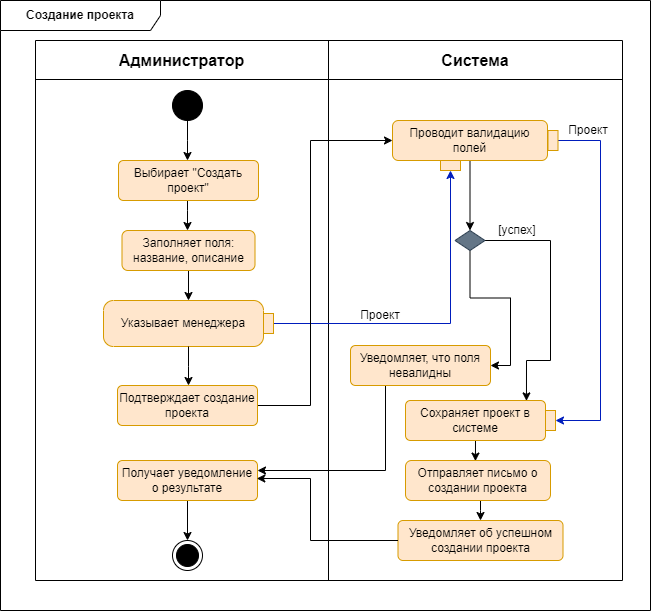
aVorotnikov/thunder_board keeps this draw.io diagram as docs/activity_diagrams/create_project.png. Above is the earlier version. Source tidied: cells renumbered, new cells last; positions are measured from the earlier drawing's top-left corner, leaving out a move shared by most shapes.
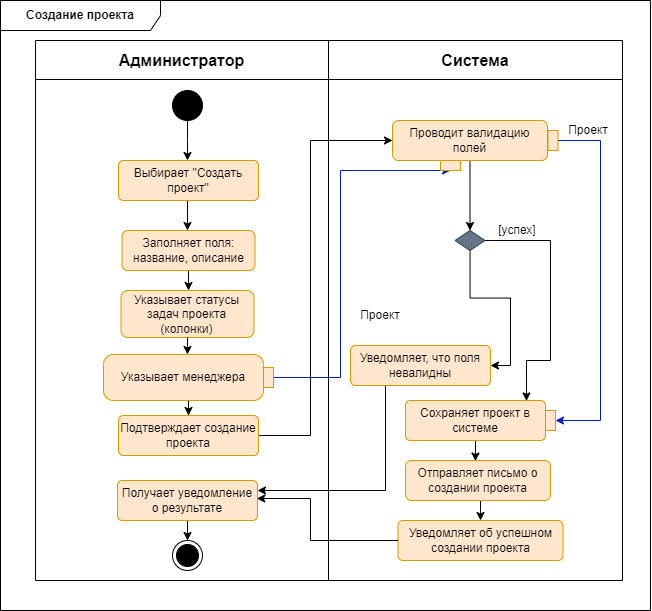
Later version of the same file.

Change to the diagram source:
```diff
@@ -46,8 +46,10 @@
         </Array>
       </mxGeometry>
     </mxCell>
-    <mxCell id="14" style="edgeStyle=orthogonalEdgeStyle;rounded=0;jettySize=auto;html=1;exitX=0.5;exitY=1;exitDx=0;exitDy=0;" parent="2" edge="1" source="43" target="22">
-      <mxGeometry relative="1" as="geometry" />
+    <mxCell id="14" style="edgeStyle=orthogonalEdgeStyle;rounded=0;jettySize=auto;html=1;exitX=0.5;exitY=1;exitDx=0;exitDy=0;" parent="2" edge="1" source="43">
+      <mxGeometry relative="1" as="geometry">
+        <mxPoint x="188" y="290" as="targetPoint" />
+      </mxGeometry>
     </mxCell>
     <mxCell id="15" style="edgeStyle=orthogonalEdgeStyle;rounded=0;jettySize=auto;html=1;entryX=0.5;entryY=0;entryDx=0;entryDy=0;" parent="2" edge="1" source="16" target="19">
       <mxGeometry relative="1" as="geometry" />
@@ -74,10 +76,18 @@
       <mxGeometry x="487" y="215" width="60" height="30" as="geometry" />
     </mxCell>
     <mxCell id="21" style="edgeStyle=orthogonalEdgeStyle;rounded=0;jettySize=auto;html=1;entryX=0.5;entryY=1;entryDx=0;entryDy=0;fillColor=#0050ef;strokeColor=#001DBC;" parent="2" edge="1" source="22" target="23">
-      <mxGeometry relative="1" as="geometry" />
+      <mxGeometry relative="1" as="geometry">
+        <Array as="points">
+          <mxPoint x="340" y="377" />
+          <mxPoint x="340" y="170" />
+        </Array>
+      </mxGeometry>
     </mxCell>
+    <mxCell id="45" style="edgeStyle=orthogonalEdgeStyle;rounded=0;jettySize=auto;html=1;entryX=0.5;entryY=0;entryDx=0;entryDy=0;" parent="2" edge="1" source="22" target="35">
+      <mxGeometry relative="1" as="geometry" />
+    </mxCell>
     <mxCell id="22" value="Указывает менеджера" style="shape=mxgraph.uml25.action;html=1;align=center;verticalAlign=middle;absoluteArcSize=1;arcSize=10;dashed=0;spacingRight=10;whiteSpace=wrap;fillColor=#ffe6cc;strokeColor=#d79b00;" parent="2" vertex="1">
-      <mxGeometry x="103" y="300" width="170" height="46" as="geometry" />
+      <mxGeometry x="103" y="354" width="170" height="46" as="geometry" />
     </mxCell>
     <mxCell id="23" style="rounded=0;whiteSpace=wrap;html=1;fillColor=#ffe6cc;strokeColor=#d79b00;" parent="2" vertex="1">
       <mxGeometry x="440" y="160" width="20" height="10" as="geometry" />
@@ -91,11 +101,6 @@
     <mxCell id="26" value="Выбирает &quot;Создать проект&quot;" style="html=1;align=center;verticalAlign=middle;rounded=1;absoluteArcSize=1;arcSize=10;dashed=0;whiteSpace=wrap;fillColor=#ffe6cc;strokeColor=#d79b00;" parent="2" vertex="1">
       <mxGeometry x="118" y="160" width="140" height="40" as="geometry" />
     </mxCell>
-    <mxCell id="27" style="edgeStyle=orthogonalEdgeStyle;rounded=0;jettySize=auto;html=1;" parent="2" edge="1" source="22">
-      <mxGeometry relative="1" as="geometry">
-        <mxPoint x="188" y="385" as="targetPoint" />
-      </mxGeometry>
-    </mxCell>
     <mxCell id="28" style="edgeStyle=orthogonalEdgeStyle;rounded=0;jettySize=auto;html=1;entryX=0.5;entryY=0;entryDx=0;entryDy=0;" parent="2" edge="1" source="36" target="12">
       <mxGeometry relative="1" as="geometry" />
     </mxCell>
@@ -129,19 +134,19 @@
     <mxCell id="33" style="rounded=0;whiteSpace=wrap;html=1;fillColor=#ffe6cc;strokeColor=#d79b00;rotation=90;" parent="2" vertex="1">
       <mxGeometry x="542.5" y="135" width="20" height="10" as="geometry" />
     </mxCell>
-    <mxCell id="34" style="edgeStyle=orthogonalEdgeStyle;rounded=0;jettySize=auto;html=1;entryX=0;entryY=0.5;entryDx=0;entryDy=0;" parent="2" edge="1" source="35" target="16">
+    <mxCell id="34" style="edgeStyle=orthogonalEdgeStyle;rounded=0;jettySize=auto;html=1;entryX=0;entryY=0.5;entryDx=0;entryDy=0;exitX=1;exitY=0.5;exitDx=0;exitDy=0;" parent="2" edge="1" source="35" target="16">
       <mxGeometry relative="1" as="geometry">
         <Array as="points">
-          <mxPoint x="310" y="405" />
+          <mxPoint x="310" y="435" />
           <mxPoint x="310" y="140" />
         </Array>
       </mxGeometry>
     </mxCell>
     <mxCell id="35" value="Подтверждает создание проекта" style="html=1;align=center;verticalAlign=middle;rounded=1;absoluteArcSize=1;arcSize=10;dashed=0;whiteSpace=wrap;fillColor=#ffe6cc;strokeColor=#d79b00;" parent="2" vertex="1">
-      <mxGeometry x="117" y="385" width="140" height="40" as="geometry" />
+      <mxGeometry x="118" y="415" width="140" height="40" as="geometry" />
     </mxCell>
     <mxCell id="36" value="Получает уведомление о результате" style="html=1;align=center;verticalAlign=middle;rounded=1;absoluteArcSize=1;arcSize=10;dashed=0;whiteSpace=wrap;fillColor=#ffe6cc;strokeColor=#d79b00;" parent="2" vertex="1">
-      <mxGeometry x="117" y="460" width="140" height="40" as="geometry" />
+      <mxGeometry x="117" y="480" width="140" height="40" as="geometry" />
     </mxCell>
     <mxCell id="37" style="edgeStyle=orthogonalEdgeStyle;rounded=0;jettySize=auto;html=1;exitX=0.25;exitY=1;exitDx=0;exitDy=0;entryX=1;entryY=0.25;entryDx=0;entryDy=0;" parent="2" edge="1" source="38" target="36">
       <mxGeometry relative="1" as="geometry" />
@@ -159,7 +164,7 @@
       <mxGeometry relative="1" as="geometry">
         <Array as="points">
           <mxPoint x="310" y="540" />
-          <mxPoint x="310" y="478" />
+          <mxPoint x="310" y="498" />
         </Array>
       </mxGeometry>
     </mxCell>
@@ -172,5 +177,11 @@
     <mxCell id="44" value="Отправляет письмо о создании проекта" style="rounded=1;whiteSpace=wrap;html=1;fillColor=#ffe6cc;strokeColor=#d79b00;" parent="2" vertex="1">
       <mxGeometry x="405" y="460" width="145" height="40" as="geometry" />
     </mxCell>
+    <mxCell id="46" value="Указывает статусы задач проекта (колонки)" style="rounded=1;whiteSpace=wrap;html=1;fillColor=#ffe6cc;strokeColor=#d79b00;" parent="2" vertex="1">
+      <mxGeometry x="120.5" y="290" width="133" height="47" as="geometry" />
+    </mxCell>
+    <mxCell id="47" style="edgeStyle=orthogonalEdgeStyle;rounded=0;jettySize=auto;html=1;exitX=0.5;exitY=1;exitDx=0;exitDy=0;entryX=0.494;entryY=0;entryDx=0;entryDy=0;entryPerimeter=0;" parent="2" edge="1" source="46" target="22">
+      <mxGeometry relative="1" as="geometry" />
+    </mxCell>
   </root>
 </mxGraphModel>
```
